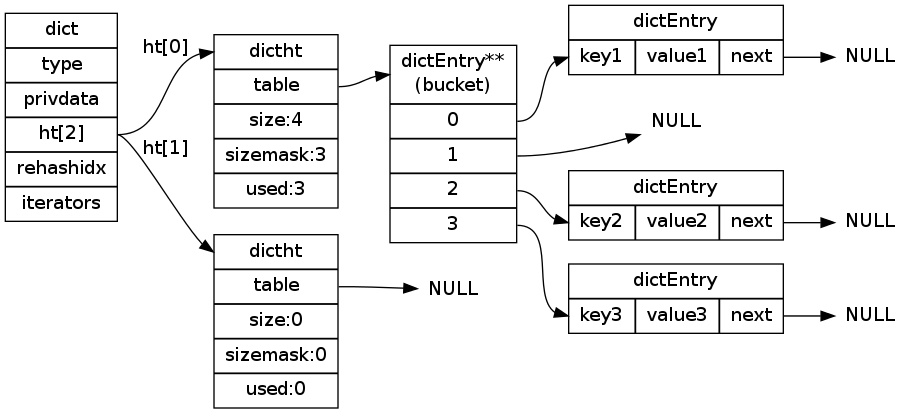
This is internal-datastruct/image/dict_example.png from huangzworks/redisbook, a Graphviz export, as it was before one commit. Its source is kept beside it as internal-datastruct/image/dict_example.dot. The source it was exported from:
```dot
digraph hash_table_example {


    rankdir = LR;

    node[shape=record];


    dict [label="dict | type | privdata |<ht> ht[2] | rehashidx | iterators"];

    ht0 [label="<dictht>dictht |<table> table | size:4 | sizemask:3 | used:3"];

    ht1 [label="<dictht>dictht |<table> table | size:0 | sizemask:0 | used:0"];

    bucket [label="<head>dictEntry**\n(bucket) |<table0> 0 |<table1> 1 |<table2> 2 |<table3> 3 "];

    pair_1 [label="dictEntry |{<start>key1 | value1 |<next>next}"];

    pair_2 [label="dictEntry |{<start>key2 | value2 |<next>next}"];

    pair_3 [label="dictEntry |{<start>key3 | value3 |<next>next}"];

    null0 [label="NULL", shape=plaintext];
    null1 [label="NULL", shape=plaintext];
    null2 [label="NULL", shape=plaintext];
    null3 [label="NULL", shape=plaintext];

    tnull1 [label="NULL", shape=plaintext];


    dict:ht -> ht0:dictht [label="ht[0]"];
    dict:ht -> ht1:dictht [label="ht[1]"];

    ht0:table -> bucket:head;

    ht1:table -> tnull1;

    bucket:table0 -> pair_1:start; pair_1:next -> null0;

    bucket:table1 -> null1;

    bucket:table2 -> pair_2:start; pair_2:next -> null2;

    bucket:table3 -> pair_3:start; pair_3:next -> null3;
}
```
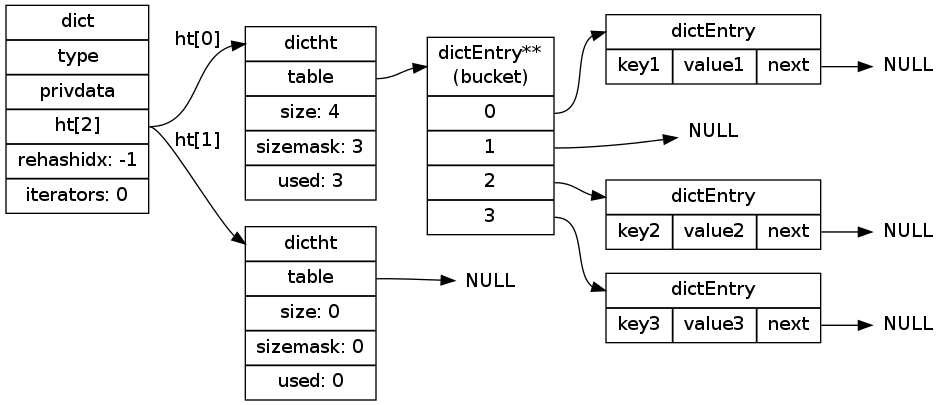
After the change.

The edit, as a diff of the source:
```diff
@@ -6,19 +6,19 @@
     node[shape=record];
 
 
-    dict [label="dict | type | privdata |<ht> ht[2] | rehashidx | iterators"];
+    dict [label="dict | type | privdata |<ht> ht[2] | rehashidx: -1 | iterators: 0"];
 
-    ht0 [label="<dictht>dictht |<table> table | size:4 | sizemask:3 | used:3"];
+    ht0 [label="<dictht>dictht |<table> table | size: 4 | sizemask: 3 | used: 3"];
 
-    ht1 [label="<dictht>dictht |<table> table | size:0 | sizemask:0 | used:0"];
+    ht1 [label="<dictht>dictht |<table> table | size: 0 | sizemask: 0 | used: 0"];
 
     bucket [label="<head>dictEntry**\n(bucket) |<table0> 0 |<table1> 1 |<table2> 2 |<table3> 3 "];
 
-    pair_1 [label="dictEntry |{<start>key1 | value1 |<next>next}"];
+    pair_1 [label="<head>dictEntry |{key1 | value1 |<next>next}"];
 
-    pair_2 [label="dictEntry |{<start>key2 | value2 |<next>next}"];
+    pair_2 [label="<head>dictEntry |{key2 | value2 |<next>next}"];
 
-    pair_3 [label="dictEntry |{<start>key3 | value3 |<next>next}"];
+    pair_3 [label="<head>dictEntry |{key3 | value3 |<next>next}"];
 
     null0 [label="NULL", shape=plaintext];
     null1 [label="NULL", shape=plaintext];
@@ -35,11 +35,11 @@
 
     ht1:table -> tnull1;
 
-    bucket:table0 -> pair_1:start; pair_1:next -> null0;
+    bucket:table0 -> pair_1:head; pair_1:next -> null0;
 
     bucket:table1 -> null1;
 
-    bucket:table2 -> pair_2:start; pair_2:next -> null2;
+    bucket:table2 -> pair_2:head; pair_2:next -> null2;
 
-    bucket:table3 -> pair_3:start; pair_3:next -> null3;
+    bucket:table3 -> pair_3:head; pair_3:next -> null3;
 }
```
